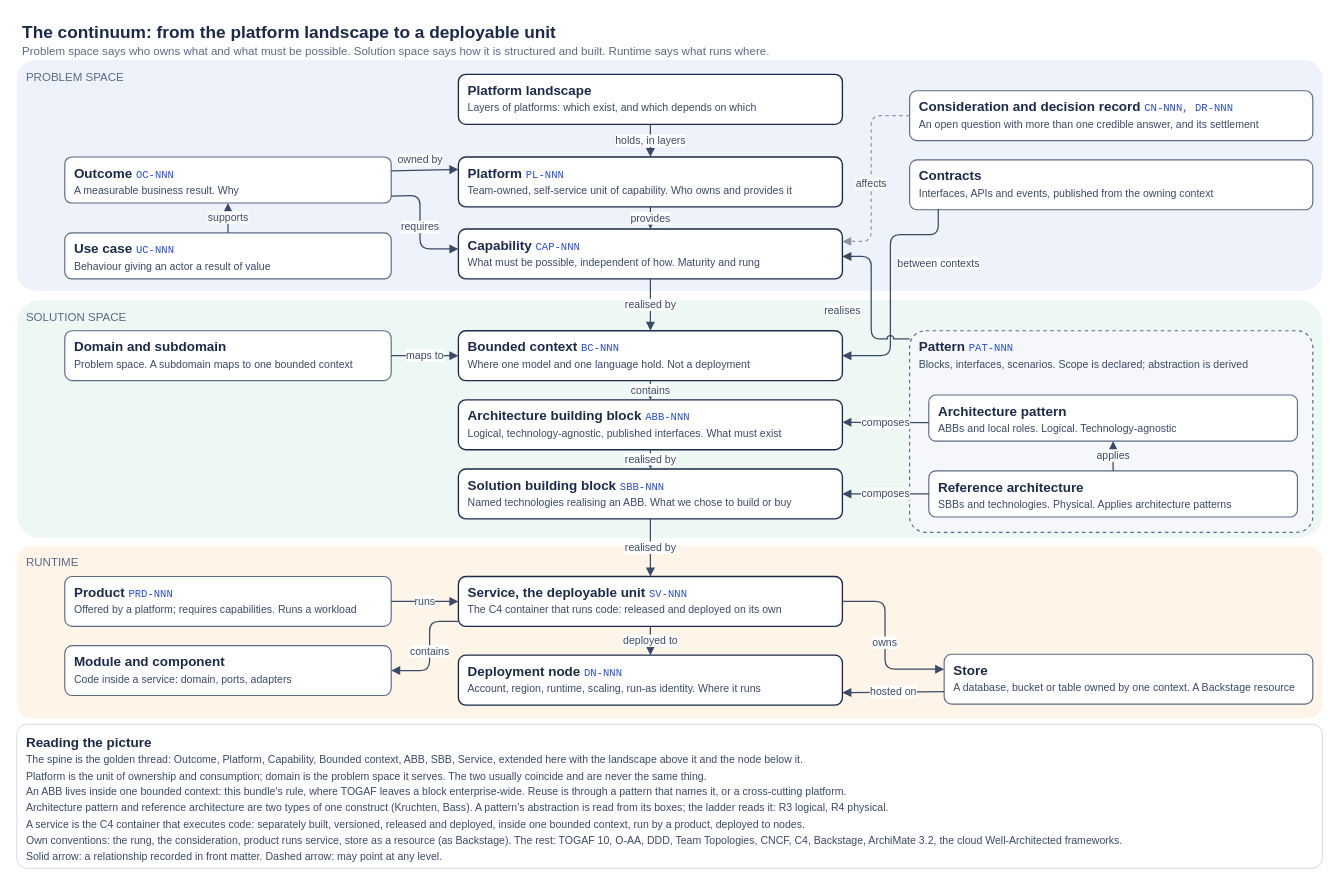
Before: docs/continuum.drawio in dermot-obrien/ai-assisted-architecture, a draw.io diagram. Source tidied: cells renumbered, new cells numbered last; positions are measured from the earlier drawing's top-left corner, leaving out a move shared by most shapes. Both pictures are drawn from the tidied source at 96%, with x=0, y=0 at pixel (16, 16).
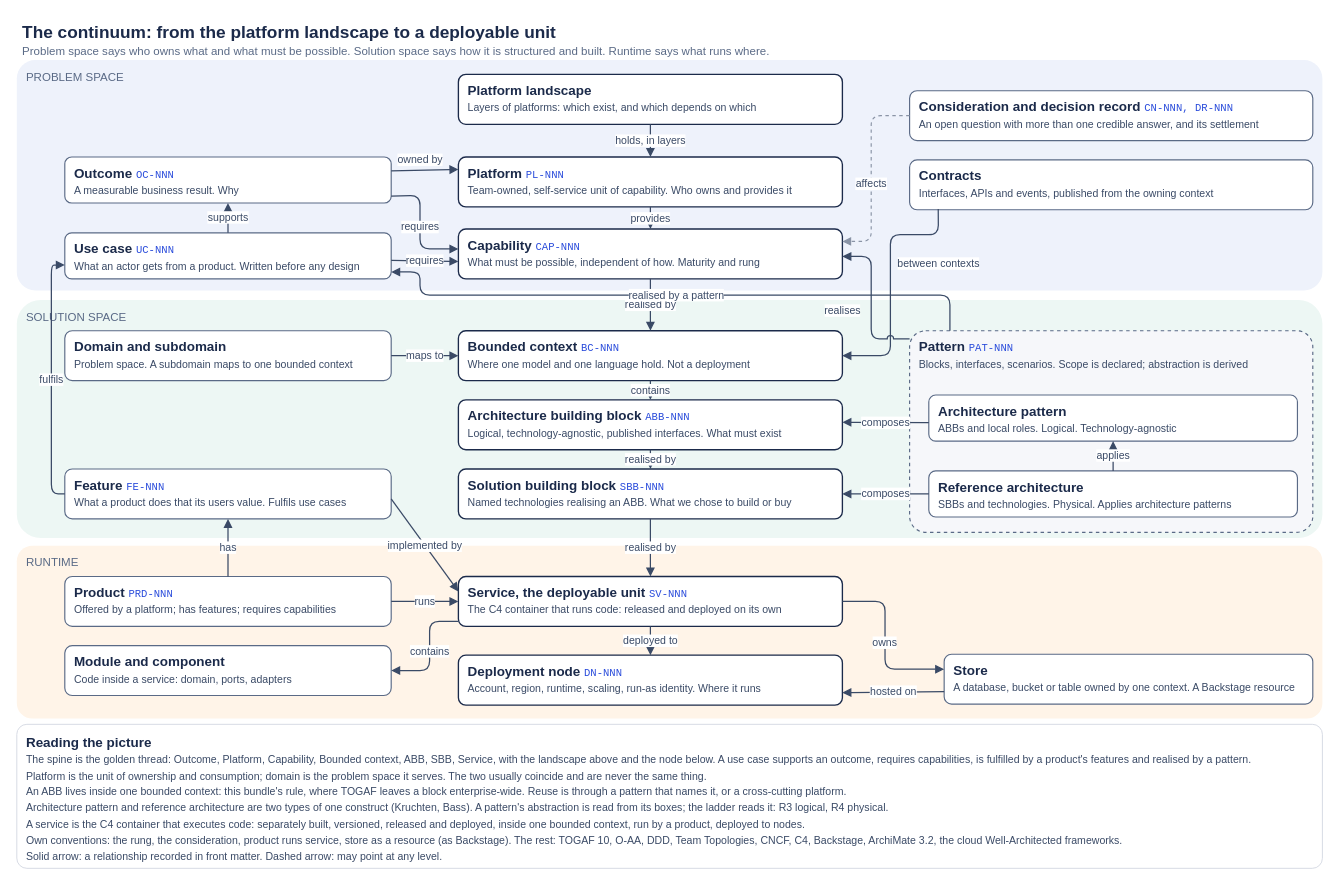
After the change.

Commit message (it also covers changes not shown here):
docs: link use cases to product features and add a Team Topologies view

The change refers to these unchanged cells:
```xml
<mxCell id="8" value="&lt;b&gt;Capability&lt;/b&gt; &lt;font color=&quot;#2a4cdb&quot; face=&quot;Consolas&quot; style=&quot;font-size:11px&quot;&gt;CAP-NNN&lt;/font&gt;&lt;br&gt;&lt;font style=&quot;font-size:11px&quot; color=&quot;#3a4a66&quot;&gt;What must be possible, independent of how. Maturity and rung&lt;/font&gt;" style="rounded=1;whiteSpace=wrap;html=1;fillColor=#FFFFFF;strokeColor=#1B2A4A;strokeWidth=1.4;fontColor=#1B2A4A;fontSize=14;align=left;verticalAlign=top;spacingLeft=8;spacingTop=2;" parent="1" vertex="1">
  <mxGeometry x="460" y="221" width="400" height="52" as="geometry" />
</mxCell>
<mxCell id="12" value="&lt;b&gt;Service, the deployable unit&lt;/b&gt; &lt;font color=&quot;#2a4cdb&quot; face=&quot;Consolas&quot; style=&quot;font-size:11px&quot;&gt;SV-NNN&lt;/font&gt;&lt;br&gt;&lt;font style=&quot;font-size:11px&quot; color=&quot;#3a4a66&quot;&gt;The C4 container that runs code: released and deployed on its own&lt;/font&gt;" style="rounded=1;whiteSpace=wrap;html=1;fillColor=#FFFFFF;strokeColor=#1B2A4A;strokeWidth=1.4;fontColor=#1B2A4A;fontSize=14;align=left;verticalAlign=top;spacingLeft=8;spacingTop=2;" parent="1" vertex="1">
  <mxGeometry x="460" y="583" width="400" height="52" as="geometry" />
</mxCell>
<mxCell id="34" value="&lt;b&gt;Pattern&lt;/b&gt; &lt;font color=&quot;#2a4cdb&quot; face=&quot;Consolas&quot; style=&quot;font-size:11px&quot;&gt;PAT-NNN&lt;/font&gt;&lt;br&gt;&lt;font style=&quot;font-size:11px&quot; color=&quot;#3a4a66&quot;&gt;Blocks, interfaces, scenarios. Scope is declared; abstraction is derived&lt;/font&gt;" style="rounded=1;whiteSpace=wrap;html=1;fillColor=#F6F7FA;strokeColor=#5A6A86;strokeWidth=1.2;dashed=1;fontColor=#1B2A4A;fontSize=14;align=left;verticalAlign=top;spacingLeft=8;spacingTop=2;arcSize=8;" parent="1" vertex="1">
  <mxGeometry x="930" y="327" width="420" height="210" as="geometry" />
</mxCell>
```

The edit, as a diff of the source:
```diff
@@
-    <mxCell id="22" value="&lt;b&gt;Use case&lt;/b&gt; &lt;font color=&quot;#2a4cdb&quot; face=&quot;Consolas&quot; style=&quot;font-size:11px&quot;&gt;UC-NNN&lt;/font&gt;&lt;br&gt;&lt;font style=&quot;font-size:11px&quot; color=&quot;#3a4a66&quot;&gt;Behaviour giving an actor a result of value&lt;/font&gt;" style="rounded=1;whiteSpace=wrap;html=1;fillColor=#FFFFFF;strokeColor=#5A6A86;strokeWidth=1.2;fontColor=#1B2A4A;fontSize=14;align=left;verticalAlign=top;spacingLeft=8;spacingTop=2;" parent="1" vertex="1">
+    <mxCell id="22" value="&lt;b&gt;Use case&lt;/b&gt; &lt;font color=&quot;#2a4cdb&quot; face=&quot;Consolas&quot; style=&quot;font-size:11px&quot;&gt;UC-NNN&lt;/font&gt;&lt;br&gt;&lt;font style=&quot;font-size:11px&quot; color=&quot;#3a4a66&quot;&gt;What an actor gets from a product. Written before any design&lt;/font&gt;" style="rounded=1;whiteSpace=wrap;html=1;fillColor=#FFFFFF;strokeColor=#5A6A86;strokeWidth=1.2;fontColor=#1B2A4A;fontSize=14;align=left;verticalAlign=top;spacingLeft=8;spacingTop=2;" parent="1" vertex="1">
       <mxGeometry x="50" y="225" width="340" height="48" as="geometry" />
     </mxCell>
@@
-    <mxCell id="24" value="&lt;b&gt;Product&lt;/b&gt; &lt;font color=&quot;#2a4cdb&quot; face=&quot;Consolas&quot; style=&quot;font-size:11px&quot;&gt;PRD-NNN&lt;/font&gt;&lt;br&gt;&lt;font style=&quot;font-size:11px&quot; color=&quot;#3a4a66&quot;&gt;Offered by a platform; requires capabilities. Runs a workload&lt;/font&gt;" style="rounded=1;whiteSpace=wrap;html=1;fillColor=#FFFFFF;strokeColor=#5A6A86;strokeWidth=1.2;fontColor=#1B2A4A;fontSize=14;align=left;verticalAlign=top;spacingLeft=8;spacingTop=2;" parent="1" vertex="1">
+    <mxCell id="24" value="&lt;b&gt;Product&lt;/b&gt; &lt;font color=&quot;#2a4cdb&quot; face=&quot;Consolas&quot; style=&quot;font-size:11px&quot;&gt;PRD-NNN&lt;/font&gt;&lt;br&gt;&lt;font style=&quot;font-size:11px&quot; color=&quot;#3a4a66&quot;&gt;Offered by a platform; has features; requires capabilities&lt;/font&gt;" style="rounded=1;whiteSpace=wrap;html=1;fillColor=#FFFFFF;strokeColor=#5A6A86;strokeWidth=1.2;fontColor=#1B2A4A;fontSize=14;align=left;verticalAlign=top;spacingLeft=8;spacingTop=2;" parent="1" vertex="1">
       <mxGeometry x="50" y="583" width="340" height="52" as="geometry" />
     </mxCell>
@@
-    <mxCell id="46" value="&lt;b&gt;Reading the picture&lt;/b&gt;&lt;br&gt;&lt;font style=&quot;font-size:11px&quot; color=&quot;#3a4a66&quot;&gt;The spine is the golden thread: Outcome, Platform, Capability, Bounded context, ABB, SBB, Service, extended here with the landscape above it and the node below it.&lt;br&gt;Platform is the unit of ownership and consumption; domain is the problem space it serves. The two usually coincide and are never the same thing.&lt;br&gt;An ABB lives inside one bounded context: this bundle's rule, where TOGAF leaves a block enterprise-wide. Reuse is through a pattern that names it, or a cross-cutting platform.&lt;br&gt;Architecture pattern and reference architecture are two types of one construct (Kruchten, Bass). A pattern's abstraction is read from its boxes; the ladder reads it: R3 logical, R4 physical.&lt;br&gt;A service is the C4 container that executes code: separately built, versioned, released and deployed, inside one bounded context, run by a product, deployed to nodes.&lt;br&gt;Own conventions: the rung, the consideration, product runs service, store as a resource (as Backstage). The rest: TOGAF 10, O-AA, DDD, Team Topologies, CNCF, C4, Backstage, ArchiMate 3.2, the cloud Well-Architected frameworks.&lt;br&gt;Solid arrow: a relationship recorded in front matter. Dashed arrow: may point at any level.&lt;/font&gt;" style="rounded=1;whiteSpace=wrap;html=1;fillColor=#FFFFFF;strokeColor=#D6DAE3;fontColor=#1B2A4A;fontSize=14;align=left;verticalAlign=top;spacingLeft=8;spacingTop=4;arcSize=7;" parent="1" vertex="1">
+    <mxCell id="46" value="&lt;b&gt;Reading the picture&lt;/b&gt;&lt;br&gt;&lt;font style=&quot;font-size:11px&quot; color=&quot;#3a4a66&quot;&gt;The spine is the golden thread: Outcome, Platform, Capability, Bounded context, ABB, SBB, Service, with the landscape above and the node below. A use case supports an outcome, requires capabilities, is fulfilled by a product's features and realised by a pattern.&lt;br&gt;Platform is the unit of ownership and consumption; domain is the problem space it serves. The two usually coincide and are never the same thing.&lt;br&gt;An ABB lives inside one bounded context: this bundle's rule, where TOGAF leaves a block enterprise-wide. Reuse is through a pattern that names it, or a cross-cutting platform.&lt;br&gt;Architecture pattern and reference architecture are two types of one construct (Kruchten, Bass). A pattern's abstraction is read from its boxes; the ladder reads it: R3 logical, R4 physical.&lt;br&gt;A service is the C4 container that executes code: separately built, versioned, released and deployed, inside one bounded context, run by a product, deployed to nodes.&lt;br&gt;Own conventions: the rung, the consideration, product runs service, store as a resource (as Backstage). The rest: TOGAF 10, O-AA, DDD, Team Topologies, CNCF, C4, Backstage, ArchiMate 3.2, the cloud Well-Architected frameworks.&lt;br&gt;Solid arrow: a relationship recorded in front matter. Dashed arrow: may point at any level.&lt;/font&gt;" style="rounded=1;whiteSpace=wrap;html=1;fillColor=#FFFFFF;strokeColor=#D6DAE3;fontColor=#1B2A4A;fontSize=14;align=left;verticalAlign=top;spacingLeft=8;spacingTop=4;arcSize=7;" parent="1" vertex="1">
       <mxGeometry y="737" width="1360" height="150" as="geometry" />
     </mxCell>
+    <mxCell id="47" value="&lt;b&gt;Feature&lt;/b&gt; &lt;font color=&quot;#2a4cdb&quot; face=&quot;Consolas&quot; style=&quot;font-size:11px&quot;&gt;FE-NNN&lt;/font&gt;&lt;br&gt;&lt;font style=&quot;font-size:11px&quot; color=&quot;#3a4a66&quot;&gt;What a product does that its users value. Fulfils use cases&lt;/font&gt;" style="rounded=1;whiteSpace=wrap;html=1;fillColor=#FFFFFF;strokeColor=#5A6A86;strokeWidth=1.2;fontColor=#1B2A4A;fontSize=14;align=left;verticalAlign=top;spacingLeft=8;spacingTop=2;" parent="1" vertex="1">
+      <mxGeometry x="50" y="471" width="340" height="52" as="geometry" />
+    </mxCell>
+    <mxCell id="48" value="requires" style="edgeStyle=none;rounded=1;html=1;strokeColor=#3A4A66;strokeWidth=1.3;fontColor=#3A4A66;fontSize=11;labelBackgroundColor=#FFFFFF;endArrow=block;endFill=1;exitX=1;exitY=0.6;entryX=0;entryY=0.65;" parent="1" edge="1" source="22" target="8">
+      <mxGeometry relative="1" as="geometry" />
+    </mxCell>
+    <mxCell id="49" value="realised by a pattern" style="edgeStyle=orthogonalEdgeStyle;rounded=1;html=1;strokeColor=#3A4A66;strokeWidth=1.3;fontColor=#3A4A66;fontSize=11;labelBackgroundColor=#FFFFFF;endArrow=block;endFill=1;exitX=0.1;exitY=0;entryX=1;entryY=0.85;" parent="1" edge="1" source="34" target="22">
+      <mxGeometry relative="1" as="geometry">
+        <Array as="points">
+          <mxPoint x="972" y="290" />
+          <mxPoint x="420" y="290" />
+          <mxPoint x="420" y="266" />
+        </Array>
+      </mxGeometry>
+    </mxCell>
+    <mxCell id="50" value="has" style="edgeStyle=none;rounded=1;html=1;strokeColor=#3A4A66;strokeWidth=1.3;fontColor=#3A4A66;fontSize=11;labelBackgroundColor=#FFFFFF;endArrow=block;endFill=1;exitX=0.5;exitY=0;entryX=0.5;entryY=1;" parent="1" edge="1" source="24" target="47">
+      <mxGeometry relative="1" as="geometry" />
+    </mxCell>
+    <mxCell id="51" value="fulfils" style="edgeStyle=orthogonalEdgeStyle;rounded=1;html=1;strokeColor=#3A4A66;strokeWidth=1.3;fontColor=#3A4A66;fontSize=11;labelBackgroundColor=#FFFFFF;endArrow=block;endFill=1;exitX=0;exitY=0.5;entryX=0;entryY=0.7;" parent="1" edge="1" source="47" target="22">
+      <mxGeometry relative="1" as="geometry">
+        <Array as="points">
+          <mxPoint x="36" y="497" />
+          <mxPoint x="36" y="259" />
+        </Array>
+      </mxGeometry>
+    </mxCell>
+    <mxCell id="52" value="implemented by" style="edgeStyle=none;rounded=1;html=1;strokeColor=#3A4A66;strokeWidth=1.3;fontColor=#3A4A66;fontSize=11;labelBackgroundColor=#FFFFFF;endArrow=block;endFill=1;exitX=1;exitY=0.6;entryX=0;entryY=0.3;" parent="1" edge="1" source="47" target="12">
+      <mxGeometry relative="1" as="geometry" />
+    </mxCell>
```
